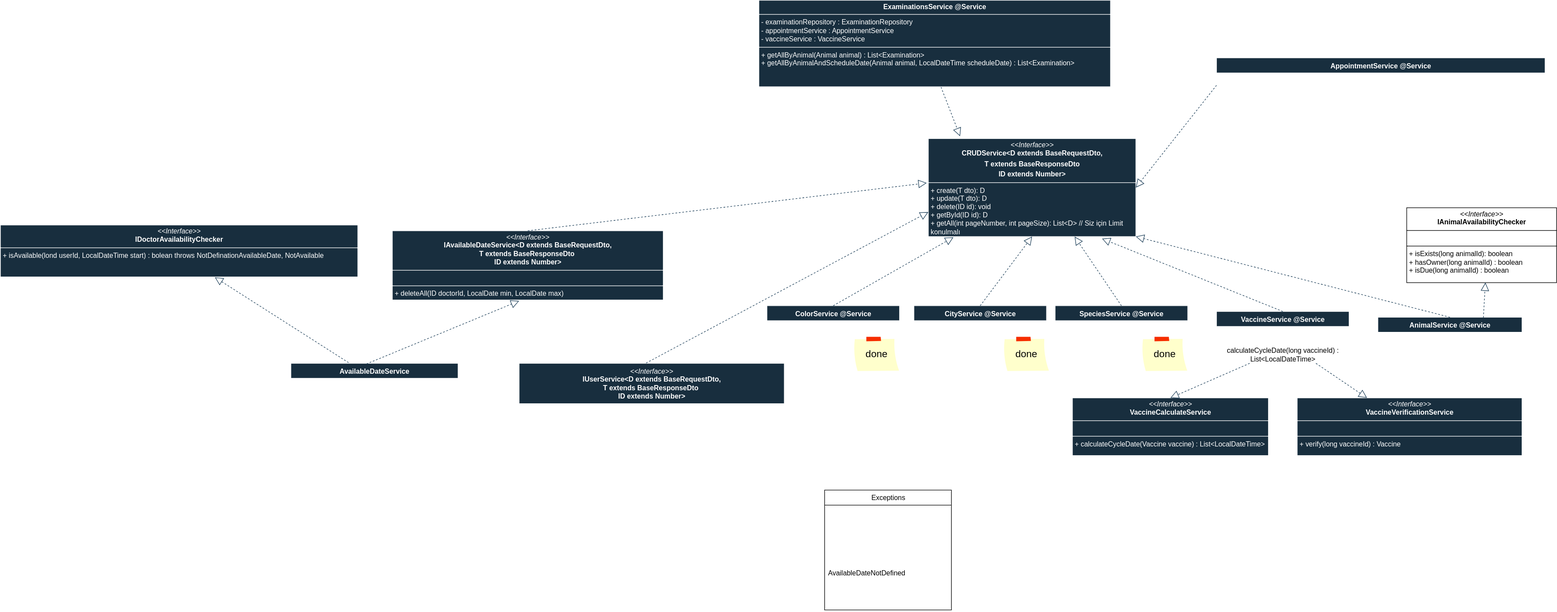
AliBiner/veterinary_system keeps this draw.io diagram as documents/class_diagrams/services/before/service_classes.svg. Above is the earlier version. Source tidied: cells renumbered, new cells last; positions are measured from the earlier drawing's top-left corner, leaving out a move shared by most shapes.
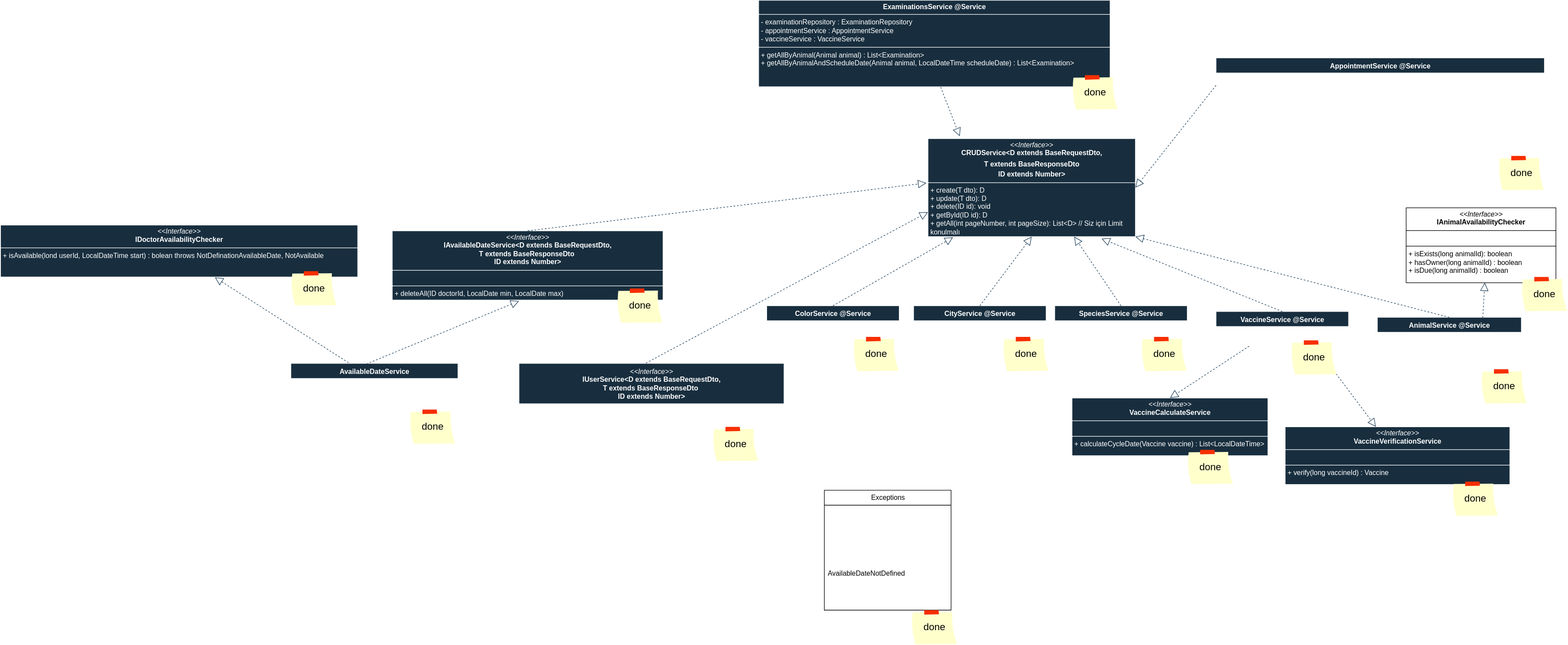
After the commit.

Commit message:
docs: update class uml diagram

Change to the diagram source:
```diff
@@ -176,19 +176,16 @@
     <mxCell id="59" style="endArrow=block;dashed=1;endFill=0;endSize=12;html=1;rounded=0;exitX=0.5;exitY=0;exitDx=0;exitDy=0;entryX=-0.008;entryY=0.453;entryDx=0;entryDy=0;entryPerimeter=0;labelBackgroundColor=none;strokeColor=#23445D;fontColor=default;" parent="1" edge="1" source="57" target="9">
       <mxGeometry relative="1" as="geometry" />
     </mxCell>
-    <mxCell id="60" value="calculateCycleDate(long vaccineId) : List&amp;lt;LocalDateTime&amp;gt;" style="text;html=1;align=center;verticalAlign=middle;whiteSpace=wrap;rounded=0;fillColor=none;" parent="1" vertex="1">
-      <mxGeometry x="2110" y="600" width="230" height="30" as="geometry" />
-    </mxCell>
     <mxCell id="61" value="&lt;p style=&quot;margin:0px;margin-top:4px;text-align:center;&quot;&gt;&lt;i&gt;&amp;lt;&amp;lt;Interface&amp;gt;&amp;gt;&lt;/i&gt;&lt;br&gt;&lt;b&gt;VaccineCalculateService&lt;/b&gt;&lt;/p&gt;&lt;hr size=&quot;1&quot; style=&quot;border-style:solid;&quot;&gt;&lt;p style=&quot;margin:0px;margin-left:4px;&quot;&gt;&lt;br&gt;&lt;/p&gt;&lt;hr size=&quot;1&quot; style=&quot;border-style:solid;&quot;&gt;&lt;p style=&quot;margin:0px;margin-left:4px;&quot;&gt;+&amp;nbsp;&lt;span style=&quot;color: rgb(255, 255, 255); text-align: center;&quot;&gt;calculateCycleDate(Vaccine vaccine) : List&amp;lt;LocalDateTime&amp;gt;&lt;/span&gt;&lt;br&gt;&lt;br&gt;&lt;/p&gt;" style="verticalAlign=top;align=left;overflow=fill;html=1;whiteSpace=wrap;strokeColor=#FFFFFF;fontColor=#FFFFFF;fillColor=#182E3E;" parent="1" vertex="1">
       <mxGeometry x="1860" y="690" width="340" height="100" as="geometry" />
     </mxCell>
-    <mxCell id="62" style="endArrow=block;dashed=1;endFill=0;endSize=12;html=1;rounded=0;strokeColor=#23445D;exitX=0.25;exitY=1;exitDx=0;exitDy=0;entryX=0.5;entryY=0;entryDx=0;entryDy=0;" parent="1" edge="1" source="60" target="61">
+    <mxCell id="62" style="endArrow=block;dashed=1;endFill=0;endSize=12;html=1;rounded=0;strokeColor=#23445D;exitX=0.25;exitY=1;exitDx=0;exitDy=0;entryX=0.5;entryY=0;entryDx=0;entryDy=0;" parent="1" edge="1" source="16" target="61">
       <mxGeometry relative="1" as="geometry" />
     </mxCell>
     <mxCell id="63" value="&lt;p style=&quot;margin:0px;margin-top:4px;text-align:center;&quot;&gt;&lt;i&gt;&amp;lt;&amp;lt;Interface&amp;gt;&amp;gt;&lt;/i&gt;&lt;br&gt;&lt;b&gt;VaccineVerificationService&lt;/b&gt;&lt;/p&gt;&lt;hr size=&quot;1&quot; style=&quot;border-style:solid;&quot;&gt;&lt;p style=&quot;margin:0px;margin-left:4px;&quot;&gt;&lt;br&gt;&lt;/p&gt;&lt;hr size=&quot;1&quot; style=&quot;border-style:solid;&quot;&gt;&lt;p style=&quot;margin:0px;margin-left:4px;&quot;&gt;+&amp;nbsp;&lt;span style=&quot;color: rgb(255, 255, 255); text-align: center;&quot;&gt;verify(long vaccineId) : Vaccine&lt;/span&gt;&lt;br&gt;&lt;/p&gt;" style="verticalAlign=top;align=left;overflow=fill;html=1;whiteSpace=wrap;strokeColor=#FFFFFF;fontColor=#FFFFFF;fillColor=#182E3E;" parent="1" vertex="1">
-      <mxGeometry x="2250" y="690" width="390" height="100" as="geometry" />
+      <mxGeometry x="2230" y="740" width="390" height="100" as="geometry" />
     </mxCell>
-    <mxCell id="64" style="endArrow=block;dashed=1;endFill=0;endSize=12;html=1;rounded=0;strokeColor=#23445D;exitX=0.75;exitY=1;exitDx=0;exitDy=0;" parent="1" edge="1" source="60" target="63">
+    <mxCell id="64" style="endArrow=block;dashed=1;endFill=0;endSize=12;html=1;rounded=0;strokeColor=#23445D;exitX=0.75;exitY=1;exitDx=0;exitDy=0;" parent="1" edge="1" source="16" target="63">
       <mxGeometry relative="1" as="geometry" />
     </mxCell>
     <mxCell id="65" value="done" style="strokeWidth=1;shadow=0;dashed=0;align=center;html=1;shape=mxgraph.mockup.text.stickyNote2;fontColor=#000000;mainText=;fontSize=17;whiteSpace=wrap;fillColor=#ffffcc;strokeColor=#F62E00;" parent="1" vertex="1">
@@ -200,5 +197,41 @@
     <mxCell id="67" value="done" style="strokeWidth=1;shadow=0;dashed=0;align=center;html=1;shape=mxgraph.mockup.text.stickyNote2;fontColor=#000000;mainText=;fontSize=17;whiteSpace=wrap;fillColor=#ffffcc;strokeColor=#F62E00;" parent="1" vertex="1">
       <mxGeometry x="1980" y="584" width="80" height="60" as="geometry" />
     </mxCell>
+    <mxCell id="68" value="done" style="strokeWidth=1;shadow=0;dashed=0;align=center;html=1;shape=mxgraph.mockup.text.stickyNote2;fontColor=#000000;mainText=;fontSize=17;whiteSpace=wrap;fillColor=#ffffcc;strokeColor=#F62E00;" parent="1" vertex="1">
+      <mxGeometry x="2240" y="590" width="80" height="60" as="geometry" />
+    </mxCell>
+    <mxCell id="69" value="done" style="strokeWidth=1;shadow=0;dashed=0;align=center;html=1;shape=mxgraph.mockup.text.stickyNote2;fontColor=#000000;mainText=;fontSize=17;whiteSpace=wrap;fillColor=#ffffcc;strokeColor=#F62E00;" parent="1" vertex="1">
+      <mxGeometry x="2060" y="780" width="80" height="60" as="geometry" />
+    </mxCell>
+    <mxCell id="70" value="done" style="strokeWidth=1;shadow=0;dashed=0;align=center;html=1;shape=mxgraph.mockup.text.stickyNote2;fontColor=#000000;mainText=;fontSize=17;whiteSpace=wrap;fillColor=#ffffcc;strokeColor=#F62E00;" parent="1" vertex="1">
+      <mxGeometry x="2520" y="835" width="80" height="60" as="geometry" />
+    </mxCell>
+    <mxCell id="71" value="done" style="strokeWidth=1;shadow=0;dashed=0;align=center;html=1;shape=mxgraph.mockup.text.stickyNote2;fontColor=#000000;mainText=;fontSize=17;whiteSpace=wrap;fillColor=#ffffcc;strokeColor=#F62E00;" parent="1" vertex="1">
+      <mxGeometry x="2570" y="640" width="80" height="60" as="geometry" />
+    </mxCell>
+    <mxCell id="72" value="done" style="strokeWidth=1;shadow=0;dashed=0;align=center;html=1;shape=mxgraph.mockup.text.stickyNote2;fontColor=#000000;mainText=;fontSize=17;whiteSpace=wrap;fillColor=#ffffcc;strokeColor=#F62E00;" parent="1" vertex="1">
+      <mxGeometry x="2640" y="480" width="80" height="60" as="geometry" />
+    </mxCell>
+    <mxCell id="73" value="done" style="strokeWidth=1;shadow=0;dashed=0;align=center;html=1;shape=mxgraph.mockup.text.stickyNote2;fontColor=#000000;mainText=;fontSize=17;whiteSpace=wrap;fillColor=#ffffcc;strokeColor=#F62E00;" parent="1" vertex="1">
+      <mxGeometry x="2600" y="270" width="80" height="60" as="geometry" />
+    </mxCell>
+    <mxCell id="74" value="done" style="strokeWidth=1;shadow=0;dashed=0;align=center;html=1;shape=mxgraph.mockup.text.stickyNote2;fontColor=#000000;mainText=;fontSize=17;whiteSpace=wrap;fillColor=#ffffcc;strokeColor=#F62E00;" parent="1" vertex="1">
+      <mxGeometry x="1860" y="130" width="80" height="60" as="geometry" />
+    </mxCell>
+    <mxCell id="75" value="done" style="strokeWidth=1;shadow=0;dashed=0;align=center;html=1;shape=mxgraph.mockup.text.stickyNote2;fontColor=#000000;mainText=;fontSize=17;whiteSpace=wrap;fillColor=#ffffcc;strokeColor=#F62E00;" parent="1" vertex="1">
+      <mxGeometry x="1070" y="500" width="80" height="60" as="geometry" />
+    </mxCell>
+    <mxCell id="76" value="done" style="strokeWidth=1;shadow=0;dashed=0;align=center;html=1;shape=mxgraph.mockup.text.stickyNote2;fontColor=#000000;mainText=;fontSize=17;whiteSpace=wrap;fillColor=#ffffcc;strokeColor=#F62E00;" parent="1" vertex="1">
+      <mxGeometry x="1236" y="740" width="80" height="60" as="geometry" />
+    </mxCell>
+    <mxCell id="77" value="done" style="strokeWidth=1;shadow=0;dashed=0;align=center;html=1;shape=mxgraph.mockup.text.stickyNote2;fontColor=#000000;mainText=;fontSize=17;whiteSpace=wrap;fillColor=#ffffcc;strokeColor=#F62E00;" parent="1" vertex="1">
+      <mxGeometry x="710" y="710" width="80" height="60" as="geometry" />
+    </mxCell>
+    <mxCell id="78" value="done" style="strokeWidth=1;shadow=0;dashed=0;align=center;html=1;shape=mxgraph.mockup.text.stickyNote2;fontColor=#000000;mainText=;fontSize=17;whiteSpace=wrap;fillColor=#ffffcc;strokeColor=#F62E00;" parent="1" vertex="1">
+      <mxGeometry x="504" y="470" width="80" height="60" as="geometry" />
+    </mxCell>
+    <mxCell id="79" value="done" style="strokeWidth=1;shadow=0;dashed=0;align=center;html=1;shape=mxgraph.mockup.text.stickyNote2;fontColor=#000000;mainText=;fontSize=17;whiteSpace=wrap;fillColor=#ffffcc;strokeColor=#F62E00;" parent="1" vertex="1">
+      <mxGeometry x="1581" y="1058" width="80" height="60" as="geometry" />
+    </mxCell>
   </root>
 </mxGraphModel>
```
